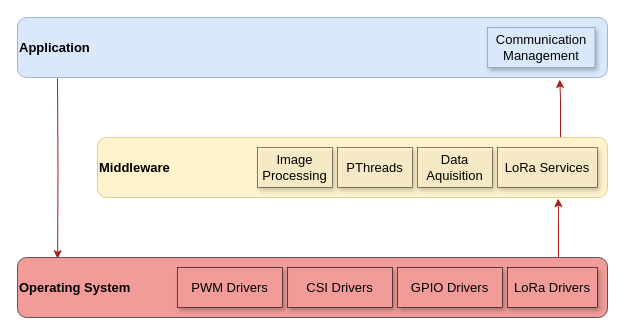
Before: page "local_sw_arch" (6 of 8) of project/report/flowcharts/system_overview.drawio in ESRGgroup9/slipad, a draw.io diagram. Source tidied: cells renumbered, new cells numbered last; positions are measured from the earlier drawing's top-left corner, leaving out a move shared by most shapes. Both pictures are drawn from the tidied source at 100%, with x=0, y=0 at pixel (17, 17).
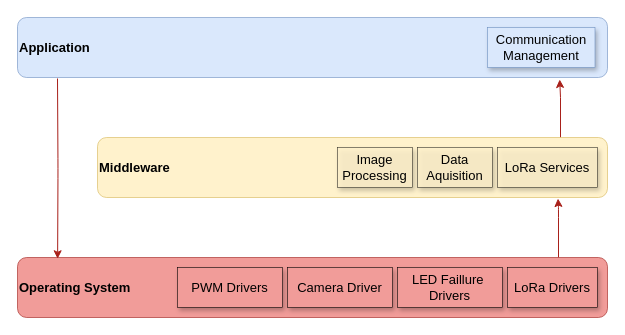
After the change.

Change to the diagram source:
```diff
@@
-    <mxCell id="3" value="Operating System " style="rounded=1;whiteSpace=wrap;html=1;labelBackgroundColor=none;labelBorderColor=none;fontSize=13;fontColor=default;strokeColor=default;strokeWidth=0.6;fillColor=#F19C99;align=left;verticalAlign=middle;fontStyle=1;" parent="1" vertex="1">
+    <mxCell id="3" value="Operating System " style="rounded=1;whiteSpace=wrap;html=1;labelBackgroundColor=none;labelBorderColor=none;fontSize=13;fontColor=default;strokeColor=#9C1E18;strokeWidth=0.6;fillColor=#F19C99;align=left;verticalAlign=middle;fontStyle=1;" parent="1" vertex="1">
       <mxGeometry y="240" width="590" height="60" as="geometry" />
     </mxCell>
@@
-    <mxCell id="10" value="&lt;div&gt;PThreads&lt;/div&gt;" style="rounded=0;whiteSpace=wrap;html=1;labelBackgroundColor=none;labelBorderColor=none;fontSize=13;strokeColor=#000000;strokeWidth=0.6;fillColor=#fff2cc;align=center;verticalAlign=middle;fontColor=default;opacity=80;shadow=1;" parent="1" vertex="1">
-      <mxGeometry x="320" y="130" width="75" height="40" as="geometry" />
-    </mxCell>
-    <mxCell id="11" value="GPIO Drivers" style="rounded=0;whiteSpace=wrap;html=1;labelBackgroundColor=none;labelBorderColor=none;fontSize=13;fontColor=default;strokeColor=default;strokeWidth=0.6;fillColor=#F19C99;align=center;verticalAlign=middle;shadow=1;" parent="1" vertex="1">
+    <mxCell id="11" value="LED Faillure&amp;nbsp; Drivers" style="rounded=0;whiteSpace=wrap;html=1;labelBackgroundColor=none;labelBorderColor=none;fontSize=13;fontColor=default;strokeColor=default;strokeWidth=0.6;fillColor=#F19C99;align=center;verticalAlign=middle;shadow=1;" parent="1" vertex="1">
       <mxGeometry x="380" y="250" width="105" height="40" as="geometry" />
     </mxCell>
-    <mxCell id="12" value="CSI Drivers" style="rounded=0;whiteSpace=wrap;html=1;labelBackgroundColor=none;labelBorderColor=none;fontSize=13;fontColor=default;strokeColor=default;strokeWidth=0.6;fillColor=#F19C99;align=center;verticalAlign=middle;shadow=1;" parent="1" vertex="1">
+    <mxCell id="12" value="Camera Driver" style="rounded=0;whiteSpace=wrap;html=1;labelBackgroundColor=none;labelBorderColor=none;fontSize=13;fontColor=default;strokeColor=default;strokeWidth=0.6;fillColor=#F19C99;align=center;verticalAlign=middle;shadow=1;" parent="1" vertex="1">
       <mxGeometry x="270" y="250" width="105" height="40" as="geometry" />
     </mxCell>
@@
     <mxCell id="14" value="Image Processing" style="rounded=0;whiteSpace=wrap;html=1;labelBackgroundColor=none;labelBorderColor=none;fontSize=13;strokeColor=#000000;strokeWidth=0.6;fillColor=#fff2cc;align=center;verticalAlign=middle;fontColor=default;opacity=80;shadow=1;" parent="1" vertex="1">
-      <mxGeometry x="240" y="130" width="75" height="40" as="geometry" />
+      <mxGeometry x="320" y="130" width="75" height="40" as="geometry" />
     </mxCell>
```
